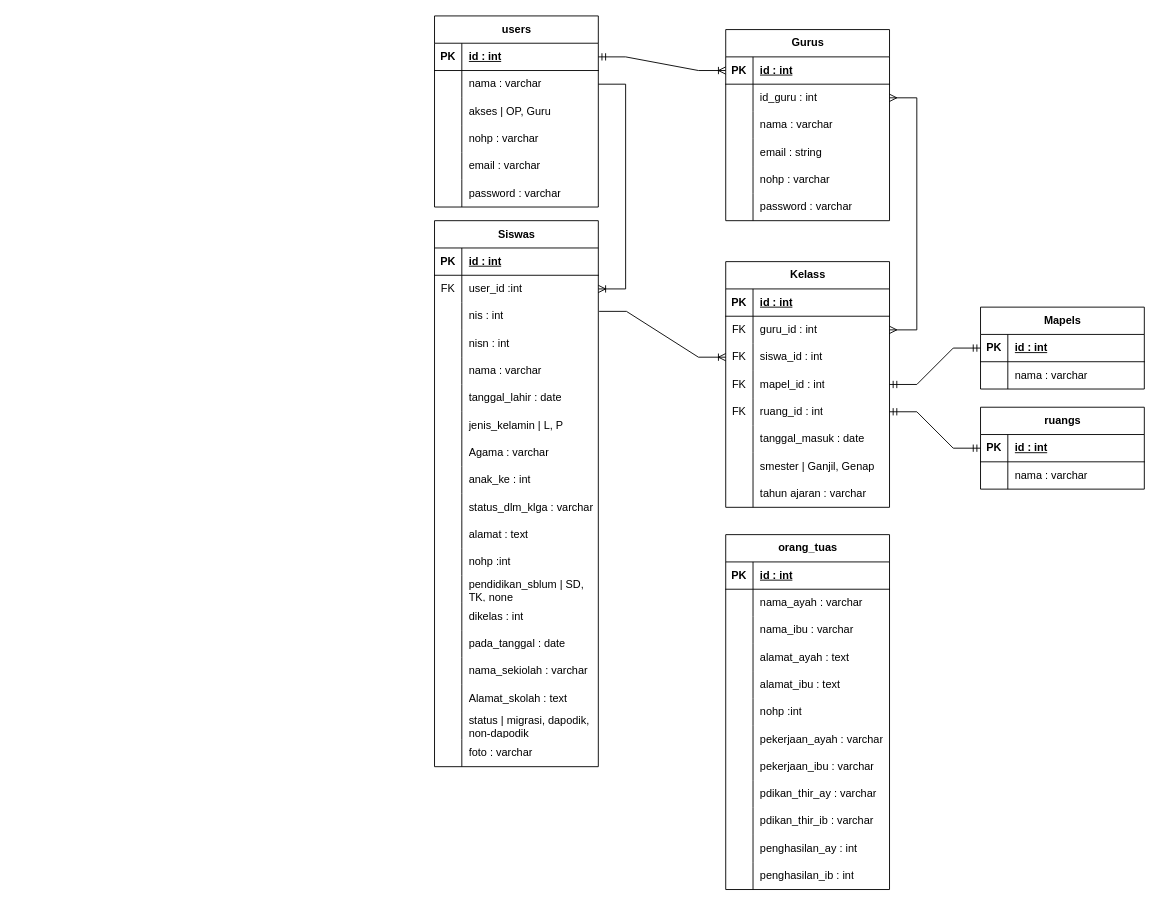
Before: database.drawio in XxGembelxX/Rancangan_KP, a draw.io diagram. Source tidied: cells renumbered, new cells numbered last; positions are measured from the earlier drawing's top-left corner, leaving out a move shared by most shapes. Both pictures are drawn from the tidied source at 91%, with x=0, y=0 at pixel (434, 15).
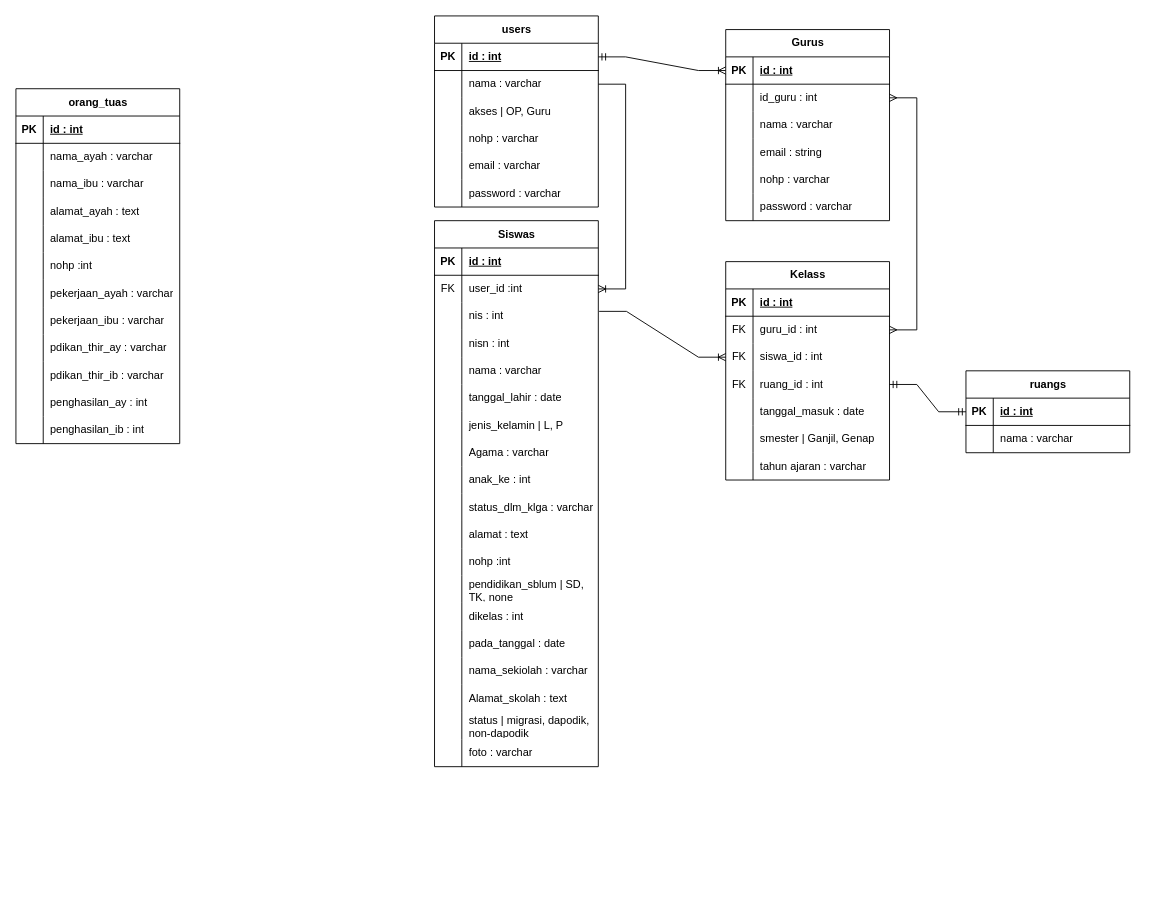
The same page after the edit.

What changed in the source:
```diff
@@
     <mxCell id="99" value="Kelass" style="shape=table;startSize=30;childLayout=tableLayout;rowLines=0;fontStyle=1;align=center;html=1;rounded=0;labelBackgroundColor=none;" parent="1" vertex="1">
-      <mxGeometry x="320" y="270" width="180" height="270" as="geometry" />
+      <mxGeometry x="320" y="270" width="180" height="240" as="geometry" />
     </mxCell>
@@
-    <mxCell id="109" style="shape=tableRow;horizontal=0;startSize=0;swimlaneHead=0;swimlaneBody=0;fillColor=none;points=[[0,0.5],[1,0.5]];portConstraint=eastwest;top=0;left=0;right=0;bottom=0;rounded=0;labelBackgroundColor=none;" parent="99" vertex="1">
-      <mxGeometry y="120" width="180" height="30" as="geometry" />
-    </mxCell>
-    <mxCell id="110" value="FK" style="shape=partialRectangle;fillColor=none;top=0;left=0;bottom=0;right=0;overflow=hidden;whiteSpace=wrap;html=1;rounded=0;labelBackgroundColor=none;" parent="109" vertex="1">
-      <mxGeometry width="30" height="30" as="geometry" />
-    </mxCell>
-    <mxCell id="111" value="mapel_id : int" style="shape=partialRectangle;fillColor=none;top=0;left=0;bottom=0;right=0;align=left;spacingLeft=6;overflow=hidden;whiteSpace=wrap;html=1;rounded=0;labelBackgroundColor=none;" parent="109" vertex="1">
-      <mxGeometry x="30" width="150" height="30" as="geometry" />
-    </mxCell>
     <mxCell id="112" style="shape=tableRow;horizontal=0;startSize=0;swimlaneHead=0;swimlaneBody=0;fillColor=none;points=[[0,0.5],[1,0.5]];portConstraint=eastwest;top=0;left=0;right=0;bottom=0;rounded=0;labelBackgroundColor=none;" parent="99" vertex="1">
-      <mxGeometry y="150" width="180" height="30" as="geometry" />
+      <mxGeometry y="120" width="180" height="30" as="geometry" />
     </mxCell>
@@
     <mxCell id="115" style="shape=tableRow;horizontal=0;startSize=0;swimlaneHead=0;swimlaneBody=0;fillColor=none;top=0;left=0;right=0;bottom=0;rounded=0;labelBackgroundColor=none;" parent="99" vertex="1">
-      <mxGeometry y="180" width="180" height="30" as="geometry" />
+      <mxGeometry y="150" width="180" height="30" as="geometry" />
     </mxCell>
@@
     <mxCell id="118" style="shape=tableRow;horizontal=0;startSize=0;swimlaneHead=0;swimlaneBody=0;fillColor=none;top=0;left=0;right=0;bottom=0;rounded=0;labelBackgroundColor=none;" parent="99" vertex="1">
-      <mxGeometry y="210" width="180" height="30" as="geometry" />
+      <mxGeometry y="180" width="180" height="30" as="geometry" />
     </mxCell>
@@
     <mxCell id="121" style="shape=tableRow;horizontal=0;startSize=0;swimlaneHead=0;swimlaneBody=0;fillColor=none;top=0;left=0;right=0;bottom=0;rounded=0;labelBackgroundColor=none;" parent="99" vertex="1">
-      <mxGeometry y="240" width="180" height="30" as="geometry" />
+      <mxGeometry y="210" width="180" height="30" as="geometry" />
     </mxCell>
@@
-    <mxCell id="127" value="Mapels" style="shape=table;startSize=30;childLayout=tableLayout;rowLines=0;fontStyle=1;align=center;html=1;rounded=0;labelBackgroundColor=none;" parent="1" vertex="1">
-      <mxGeometry x="600" y="320" width="180" height="90" as="geometry" />
-    </mxCell>
-    <mxCell id="128" style="shape=tableRow;horizontal=0;startSize=0;swimlaneHead=0;swimlaneBody=0;fillColor=none;points=[[0,0.5],[1,0.5]];portConstraint=eastwest;top=0;left=0;right=0;bottom=1;rounded=0;labelBackgroundColor=none;" parent="127" vertex="1">
-      <mxGeometry y="30" width="180" height="30" as="geometry" />
-    </mxCell>
-    <mxCell id="129" value="PK" style="shape=partialRectangle;fillColor=none;top=0;left=0;bottom=0;right=0;fontStyle=1;overflow=hidden;whiteSpace=wrap;html=1;rounded=0;labelBackgroundColor=none;" parent="128" vertex="1">
-      <mxGeometry width="30" height="30" as="geometry" />
-    </mxCell>
-    <mxCell id="130" value="id : int" style="shape=partialRectangle;fillColor=none;top=0;left=0;bottom=0;right=0;align=left;spacingLeft=6;fontStyle=5;overflow=hidden;whiteSpace=wrap;html=1;rounded=0;labelBackgroundColor=none;" parent="128" vertex="1">
-      <mxGeometry x="30" width="150" height="30" as="geometry" />
-    </mxCell>
-    <mxCell id="131" style="shape=tableRow;horizontal=0;startSize=0;swimlaneHead=0;swimlaneBody=0;fillColor=none;top=0;left=0;right=0;bottom=0;rounded=0;labelBackgroundColor=none;" parent="127" vertex="1">
-      <mxGeometry y="60" width="180" height="30" as="geometry" />
-    </mxCell>
-    <mxCell id="132" style="shape=partialRectangle;fillColor=none;top=0;left=0;bottom=0;right=0;overflow=hidden;whiteSpace=wrap;html=1;rounded=0;labelBackgroundColor=none;" parent="131" vertex="1">
-      <mxGeometry width="30" height="30" as="geometry" />
-    </mxCell>
-    <mxCell id="133" value="nama : varchar" style="shape=partialRectangle;fillColor=none;top=0;left=0;bottom=0;right=0;align=left;spacingLeft=6;overflow=hidden;whiteSpace=wrap;html=1;rounded=0;labelBackgroundColor=none;" parent="131" vertex="1">
-      <mxGeometry x="30" width="150" height="30" as="geometry" />
-    </mxCell>
     <mxCell id="134" value="ruangs" style="shape=table;startSize=30;childLayout=tableLayout;rowLines=0;fontStyle=1;align=center;html=1;rounded=0;labelBackgroundColor=none;" parent="1" vertex="1">
-      <mxGeometry x="600" y="430" width="180" height="90" as="geometry" />
+      <mxGeometry x="584" y="390" width="180" height="90" as="geometry" />
     </mxCell>
@@
-    <mxCell id="142" style="edgeStyle=entityRelationEdgeStyle;fontSize=12;html=1;endArrow=ERmandOne;startArrow=ERmandOne;rounded=0;labelBackgroundColor=none;fontColor=default;" parent="1" edge="1" source="128" target="109">
-      <mxGeometry relative="1" as="geometry" />
-    </mxCell>
     <mxCell id="143" value="orang_tuas" style="shape=table;startSize=30;childLayout=tableLayout;rowLines=0;fontStyle=1;align=center;html=1;rounded=0;labelBackgroundColor=none;" parent="1" vertex="1">
-      <mxGeometry x="320" y="570" width="180" height="390" as="geometry" />
+      <mxGeometry x="-460" y="80" width="180" height="390" as="geometry" />
     </mxCell>
```
